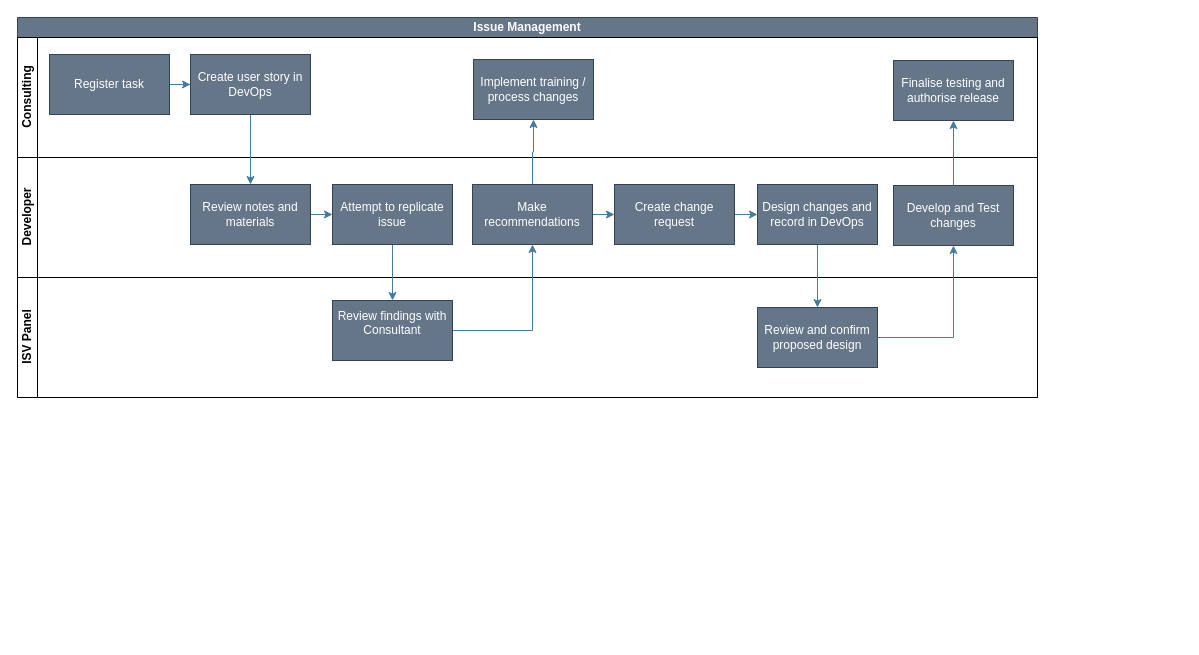
The draw.io diagram ISV Issue Management.drawio in Braintree-by-Vox/Braintree-theme, before the edit. Source tidied: cells renumbered, new cells numbered last; positions are measured from the earlier drawing's top-left corner, leaving out a move shared by most shapes. Both pictures are drawn from the tidied source at 100%, with x=0, y=0 at pixel (17, 17).
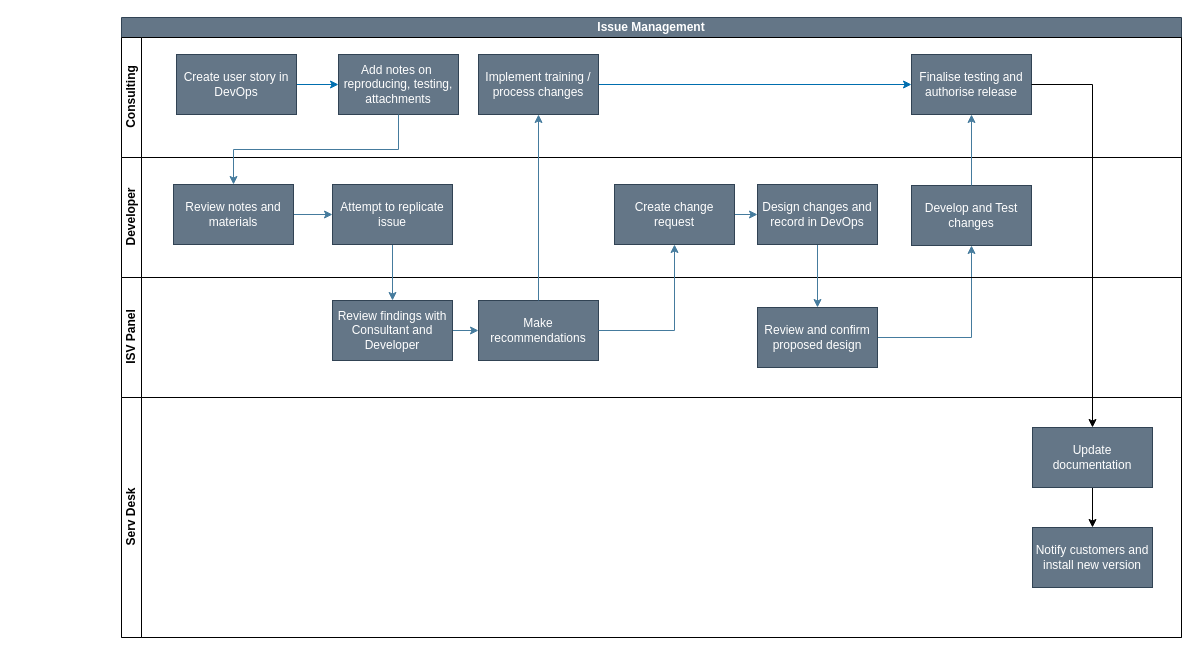
The same page after the edit.

Change to the diagram source:
```diff
@@
     <mxCell id="2" value="Issue Management" style="swimlane;html=1;horizontal=1;startSize=20;whiteSpace=wrap;rounded=0;strokeColor=#314354;align=center;verticalAlign=middle;fontFamily=Helvetica;fontSize=12;fontColor=#ffffff;labelBackgroundColor=none;fillColor=#647687;" parent="1" vertex="1">
-      <mxGeometry width="1020" height="380" as="geometry" />
+      <mxGeometry x="104" width="1060" height="620" as="geometry" />
     </mxCell>
     <mxCell id="3" value="Consulting" style="swimlane;html=1;startSize=20;horizontal=0;rounded=0;align=center;verticalAlign=middle;fontFamily=Helvetica;fontSize=12;labelBackgroundColor=none;fillColor=light-dark(#FFFFFF,#003333);" parent="2" vertex="1">
-      <mxGeometry y="20" width="1020" height="120" as="geometry" />
+      <mxGeometry y="20" width="1060" height="120" as="geometry" />
     </mxCell>
     <mxCell id="4" value="Finalise testing and authorise release" style="whiteSpace=wrap;html=1;fillColor=#647687;strokeColor=#314354;fontColor=#ffffff;rounded=0;labelBackgroundColor=none;" parent="3" vertex="1">
-      <mxGeometry x="876" y="23" width="120" height="60" as="geometry" />
+      <mxGeometry x="790" y="17" width="120" height="60" as="geometry" />
     </mxCell>
+    <mxCell id="29" value="Add notes on&amp;nbsp; reproducing, testing, attachments" style="whiteSpace=wrap;html=1;fillColor=#647687;strokeColor=#314354;fontColor=#ffffff;rounded=0;labelBackgroundColor=none;" parent="3" vertex="1">
+      <mxGeometry x="217" y="17" width="120" height="60" as="geometry" />
+    </mxCell>
+    <mxCell id="30" style="edgeStyle=orthogonalEdgeStyle;rounded=0;jettySize=auto;html=1;exitX=1;exitY=0.5;exitDx=0;exitDy=0;entryX=0;entryY=0.5;entryDx=0;entryDy=0;fillColor=#1ba1e2;strokeColor=#006EAF;" parent="3" edge="1" source="15" target="4">
+      <mxGeometry relative="1" as="geometry" />
+    </mxCell>
+    <mxCell id="15" value="&lt;div&gt;Implement training / process changes&lt;/div&gt;" style="whiteSpace=wrap;html=1;rounded=0;fillColor=#647687;fontColor=#ffffff;strokeColor=#314354;labelBackgroundColor=none;" parent="3" vertex="1">
+      <mxGeometry x="357" y="17" width="120" height="60" as="geometry" />
+    </mxCell>
     <mxCell id="5" value="Developer" style="swimlane;html=1;startSize=20;horizontal=0;rounded=0;align=center;verticalAlign=middle;fontFamily=Helvetica;fontSize=12;labelBackgroundColor=none;fillColor=light-dark(#FFFFFF,#003333);" parent="2" vertex="1">
-      <mxGeometry y="140" width="1020" height="120" as="geometry" />
+      <mxGeometry y="140" width="1060" height="120" as="geometry" />
     </mxCell>
     <mxCell id="6" value="Develop and Test changes" style="whiteSpace=wrap;html=1;fillColor=#647687;strokeColor=#314354;fontColor=#ffffff;rounded=0;labelBackgroundColor=none;" parent="5" vertex="1">
-      <mxGeometry x="876" y="28" width="120" height="60" as="geometry" />
+      <mxGeometry x="790" y="28" width="120" height="60" as="geometry" />
     </mxCell>
+    <mxCell id="9" style="edgeStyle=orthogonalEdgeStyle;rounded=0;jettySize=auto;html=1;strokeColor=#457B9D;fontFamily=Helvetica;fontSize=12;fontColor=#ffffff;labelBackgroundColor=none;fillColor=#A8DADC;" parent="2" edge="1" source="8" target="6">
+      <mxGeometry relative="1" as="geometry" />
+    </mxCell>
+    <mxCell id="10" style="edgeStyle=orthogonalEdgeStyle;rounded=0;jettySize=auto;html=1;strokeColor=#457B9D;fontFamily=Helvetica;fontSize=12;fontColor=#ffffff;labelBackgroundColor=none;fillColor=#A8DADC;" parent="2" edge="1" source="6" target="4">
+      <mxGeometry relative="1" as="geometry" />
+    </mxCell>
     <mxCell id="7" value="ISV Panel" style="swimlane;html=1;startSize=20;horizontal=0;rounded=0;align=center;verticalAlign=middle;fontFamily=Helvetica;fontSize=12;labelBackgroundColor=none;fillColor=light-dark(#FFFFFF,#003333);" parent="2" vertex="1">
-      <mxGeometry y="260" width="1020" height="120" as="geometry" />
+      <mxGeometry y="260" width="1060" height="120" as="geometry" />
     </mxCell>
     <mxCell id="8" value="Review and confirm proposed design" style="whiteSpace=wrap;html=1;fillColor=#647687;strokeColor=#314354;fontColor=#ffffff;rounded=0;labelBackgroundColor=none;" parent="7" vertex="1">
-      <mxGeometry x="740" y="30" width="120" height="60" as="geometry" />
+      <mxGeometry x="636" y="30" width="120" height="60" as="geometry" />
     </mxCell>
-    <mxCell id="9" style="edgeStyle=orthogonalEdgeStyle;rounded=0;jettySize=auto;html=1;strokeColor=#457B9D;fontFamily=Helvetica;fontSize=12;fontColor=#ffffff;labelBackgroundColor=none;fillColor=#A8DADC;" parent="2" edge="1" source="8" target="6">
-      <mxGeometry relative="1" as="geometry" />
-    </mxCell>
-    <mxCell id="10" style="edgeStyle=orthogonalEdgeStyle;rounded=0;jettySize=auto;html=1;strokeColor=#457B9D;fontFamily=Helvetica;fontSize=12;fontColor=#ffffff;labelBackgroundColor=none;fillColor=#A8DADC;" parent="2" edge="1" source="6" target="4">
-      <mxGeometry relative="1" as="geometry" />
-    </mxCell>
-    <mxCell id="11" style="edgeStyle=orthogonalEdgeStyle;rounded=0;jettySize=auto;html=1;labelBackgroundColor=none;strokeColor=#457B9D;fontColor=default;" parent="1" edge="1" source="12" target="14">
-      <mxGeometry relative="1" as="geometry" />
-    </mxCell>
-    <mxCell id="12" value="Register task" style="rounded=0;whiteSpace=wrap;html=1;fillColor=#647687;fontColor=#ffffff;strokeColor=#314354;labelBackgroundColor=none;" parent="1" vertex="1">
-      <mxGeometry x="32" y="37" width="120" height="60" as="geometry" />
-    </mxCell>
+    <mxCell id="22" value="&lt;div&gt;Make recommendations&lt;/div&gt;" style="whiteSpace=wrap;html=1;rounded=0;fillColor=#647687;fontColor=#ffffff;strokeColor=#314354;labelBackgroundColor=none;" parent="7" vertex="1">
+      <mxGeometry x="357" y="23" width="120" height="60" as="geometry" />
+    </mxCell>
+    <mxCell id="31" value="Serv Desk" style="swimlane;html=1;startSize=20;horizontal=0;rounded=0;align=center;verticalAlign=middle;fontFamily=Helvetica;fontSize=12;labelBackgroundColor=none;fillColor=light-dark(#FFFFFF,#003333);" parent="2" vertex="1">
+      <mxGeometry y="380" width="1060" height="240" as="geometry" />
+    </mxCell>
+    <mxCell id="32" style="edgeStyle=orthogonalEdgeStyle;rounded=0;jettySize=auto;html=1;" parent="31" edge="1" source="33" target="34">
+      <mxGeometry relative="1" as="geometry" />
+    </mxCell>
+    <mxCell id="33" value="Update documentation" style="whiteSpace=wrap;html=1;fillColor=#647687;strokeColor=#314354;fontColor=#ffffff;rounded=0;labelBackgroundColor=none;" parent="31" vertex="1">
+      <mxGeometry x="911" y="30" width="120" height="60" as="geometry" />
+    </mxCell>
+    <mxCell id="34" value="Notify customers and install new version" style="whiteSpace=wrap;html=1;fillColor=#647687;strokeColor=#314354;fontColor=#ffffff;rounded=0;labelBackgroundColor=none;" parent="31" vertex="1">
+      <mxGeometry x="911" y="130" width="120" height="60" as="geometry" />
+    </mxCell>
+    <mxCell id="21" style="edgeStyle=orthogonalEdgeStyle;rounded=0;jettySize=auto;html=1;strokeColor=#457B9D;fontFamily=Helvetica;fontSize=12;fontColor=#ffffff;labelBackgroundColor=none;fillColor=#A8DADC;" parent="2" edge="1" source="22" target="15">
+      <mxGeometry relative="1" as="geometry" />
+    </mxCell>
+    <mxCell id="35" style="edgeStyle=orthogonalEdgeStyle;rounded=0;jettySize=auto;html=1;" parent="2" edge="1" source="4" target="33">
+      <mxGeometry relative="1" as="geometry" />
+    </mxCell>
-    <mxCell id="13" style="edgeStyle=orthogonalEdgeStyle;rounded=0;jettySize=auto;html=1;exitX=0.5;exitY=1;exitDx=0;exitDy=0;entryX=0.5;entryY=0;entryDx=0;entryDy=0;strokeColor=#457B9D;fontFamily=Helvetica;fontSize=12;fontColor=#ffffff;labelBackgroundColor=none;fillColor=#A8DADC;" parent="1" edge="1" source="14" target="17">
+    <mxCell id="13" style="edgeStyle=orthogonalEdgeStyle;rounded=0;jettySize=auto;html=1;exitX=0.5;exitY=1;exitDx=0;exitDy=0;entryX=0.5;entryY=0;entryDx=0;entryDy=0;strokeColor=#457B9D;fontFamily=Helvetica;fontSize=12;fontColor=#ffffff;labelBackgroundColor=none;fillColor=#A8DADC;" parent="1" edge="1" source="29" target="17">
       <mxGeometry relative="1" as="geometry" />
     </mxCell>
+    <mxCell id="36" style="edgeStyle=orthogonalEdgeStyle;rounded=0;jettySize=auto;html=1;fillColor=#1ba1e2;strokeColor=#006EAF;" parent="1" edge="1" source="14" target="29">
+      <mxGeometry relative="1" as="geometry" />
+    </mxCell>
     <mxCell id="14" value="Create user story in DevOps" style="whiteSpace=wrap;html=1;rounded=0;fillColor=#647687;fontColor=#ffffff;strokeColor=#314354;labelBackgroundColor=none;" parent="1" vertex="1">
-      <mxGeometry x="173" y="37" width="120" height="60" as="geometry" />
+      <mxGeometry x="159" y="37" width="120" height="60" as="geometry" />
     </mxCell>
-    <mxCell id="15" value="&lt;div&gt;Implement training / process changes&lt;/div&gt;" style="whiteSpace=wrap;html=1;rounded=0;fillColor=#647687;fontColor=#ffffff;strokeColor=#314354;labelBackgroundColor=none;" parent="1" vertex="1">
-      <mxGeometry x="456" y="42" width="120" height="60" as="geometry" />
-    </mxCell>
@@
     <mxCell id="17" value="Review notes and materials" style="whiteSpace=wrap;html=1;rounded=0;fillColor=#647687;fontColor=#ffffff;strokeColor=#314354;labelBackgroundColor=none;" parent="1" vertex="1">
-      <mxGeometry x="173" y="167" width="120" height="60" as="geometry" />
+      <mxGeometry x="156" y="167" width="120" height="60" as="geometry" />
     </mxCell>
@@
-    <mxCell id="21" style="edgeStyle=orthogonalEdgeStyle;rounded=0;jettySize=auto;html=1;strokeColor=#457B9D;fontFamily=Helvetica;fontSize=12;fontColor=#ffffff;labelBackgroundColor=none;fillColor=#A8DADC;" parent="1" edge="1" source="22" target="15">
-      <mxGeometry relative="1" as="geometry" />
-    </mxCell>
-    <mxCell id="22" value="&lt;div&gt;Make recommendations&lt;/div&gt;" style="whiteSpace=wrap;html=1;rounded=0;fillColor=#647687;fontColor=#ffffff;strokeColor=#314354;labelBackgroundColor=none;" parent="1" vertex="1">
-      <mxGeometry x="455" y="167" width="120" height="60" as="geometry" />
-    </mxCell>
@@
-    <mxCell id="27" style="edgeStyle=orthogonalEdgeStyle;rounded=0;jettySize=auto;html=1;exitX=1;exitY=0.5;exitDx=0;exitDy=0;entryX=0.5;entryY=1;entryDx=0;entryDy=0;strokeColor=#457B9D;fontFamily=Helvetica;fontSize=12;fontColor=#ffffff;labelBackgroundColor=none;fillColor=#A8DADC;" parent="1" edge="1" source="28" target="22">
+    <mxCell id="27" style="edgeStyle=orthogonalEdgeStyle;rounded=0;jettySize=auto;html=1;exitX=1;exitY=0.5;exitDx=0;exitDy=0;entryX=0;entryY=0.5;entryDx=0;entryDy=0;strokeColor=#457B9D;fontFamily=Helvetica;fontSize=12;fontColor=#ffffff;labelBackgroundColor=none;fillColor=#A8DADC;" parent="1" edge="1" source="28" target="22">
       <mxGeometry relative="1" as="geometry" />
     </mxCell>
-    <mxCell id="28" value="Review findings with Consultant&lt;div&gt;&lt;br&gt;&lt;/div&gt;" style="whiteSpace=wrap;html=1;rounded=0;fillColor=#647687;fontColor=#ffffff;strokeColor=#314354;labelBackgroundColor=none;" parent="1" vertex="1">
+    <mxCell id="28" value="Review findings with Consultant and Developer" style="whiteSpace=wrap;html=1;rounded=0;fillColor=#647687;fontColor=#ffffff;strokeColor=#314354;labelBackgroundColor=none;" parent="1" vertex="1">
       <mxGeometry x="315" y="283" width="120" height="60" as="geometry" />
     </mxCell>
```
